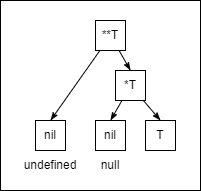
The draw.io diagram images/go-type-made-of-es-mapping/nil-tree.drawio.png in ngicks/zenn-article, before a commit. Source tidied: cells renumbered, new cells last; positions are measured from the earlier drawing's top-left corner, leaving out a move shared by most shapes.
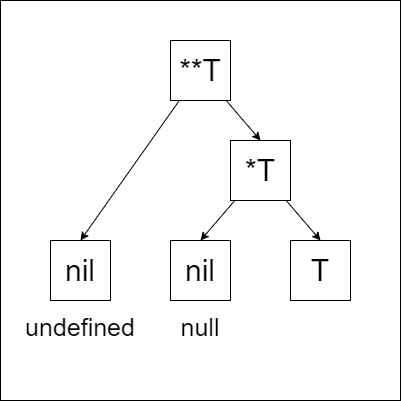
The same diagram one commit later.

Commit message:
make image bigger

Change to the diagram source:
```diff
@@ -3,40 +3,40 @@
     <mxCell id="0" />
     <mxCell id="1" parent="0" />
     <mxCell id="2" style="rounded=0;whiteSpace=wrap;html=1;fillColor=#FFFFFF;" parent="1" vertex="1">
-      <mxGeometry width="200" height="190" as="geometry" />
+      <mxGeometry width="400" height="400" as="geometry" />
     </mxCell>
-    <mxCell id="3" style="edgeStyle=none;rounded=0;html=1;entryX=0.5;entryY=0;entryDx=0;entryDy=0;fontColor=#000000;endArrow=classicThin;endFill=1;strokeColor=#000000;strokeWidth=1;" parent="1" edge="1" source="5" target="9">
-      <mxGeometry relative="1" as="geometry" />
-    </mxCell>
+    <mxCell id="14" style="edgeStyle=none;html=1;entryX=0.5;entryY=0;entryDx=0;entryDy=0;fontSize=30;strokeColor=#000000;" parent="1" edge="1" source="5" target="16">
+      <mxGeometry relative="1" as="geometry" />
+    </mxCell>
-    <mxCell id="4" style="edgeStyle=none;rounded=0;html=1;fontColor=#000000;endArrow=classicThin;endFill=1;strokeColor=#000000;strokeWidth=1;entryX=0.5;entryY=0;entryDx=0;entryDy=0;" parent="1" edge="1" source="5" target="8">
+    <mxCell id="4" style="edgeStyle=none;html=1;entryX=0.5;entryY=0;entryDx=0;entryDy=0;fontSize=30;strokeColor=#000000;" parent="1" edge="1" source="5" target="8">
       <mxGeometry relative="1" as="geometry" />
     </mxCell>
-    <mxCell id="5" value="&lt;font color=&quot;#000000&quot;&gt;**T&lt;/font&gt;" style="text;html=1;strokeColor=#000000;fillColor=none;align=center;verticalAlign=middle;whiteSpace=wrap;rounded=0;" parent="1" vertex="1">
-      <mxGeometry x="95" y="20" width="30" height="30" as="geometry" />
+    <mxCell id="5" value="&lt;font color=&quot;#000000&quot; style=&quot;font-size: 30px&quot;&gt;**T&lt;/font&gt;" style="text;html=1;strokeColor=#000000;fillColor=none;align=center;verticalAlign=middle;whiteSpace=wrap;rounded=0;" parent="1" vertex="1">
+      <mxGeometry x="170" y="40" width="60" height="60" as="geometry" />
     </mxCell>
-    <mxCell id="6" style="edgeStyle=none;rounded=0;html=1;entryX=0.5;entryY=0;entryDx=0;entryDy=0;fontColor=#000000;endArrow=classicThin;endFill=1;strokeColor=#000000;strokeWidth=1;" parent="1" edge="1" source="8" target="11">
-      <mxGeometry relative="1" as="geometry" />
-    </mxCell>
+    <mxCell id="15" style="edgeStyle=none;html=1;entryX=0.5;entryY=0;entryDx=0;entryDy=0;fontSize=30;strokeColor=#000000;" parent="1" edge="1" source="8" target="17">
+      <mxGeometry relative="1" as="geometry" />
+    </mxCell>
-    <mxCell id="7" style="edgeStyle=none;rounded=0;html=1;entryX=0.5;entryY=0;entryDx=0;entryDy=0;fontColor=#000000;endArrow=classicThin;endFill=1;strokeColor=#000000;strokeWidth=1;" parent="1" edge="1" source="8" target="10">
+    <mxCell id="7" style="edgeStyle=none;html=1;entryX=0.5;entryY=0;entryDx=0;entryDy=0;fontSize=30;strokeColor=#000000;" parent="1" edge="1" source="8" target="10">
       <mxGeometry relative="1" as="geometry" />
     </mxCell>
-    <mxCell id="8" value="&lt;font color=&quot;#000000&quot;&gt;*T&lt;/font&gt;" style="text;html=1;strokeColor=#000000;fillColor=none;align=center;verticalAlign=middle;whiteSpace=wrap;rounded=0;" parent="1" vertex="1">
-      <mxGeometry x="115" y="70" width="30" height="30" as="geometry" />
+    <mxCell id="8" value="&lt;font color=&quot;#000000&quot; style=&quot;font-size: 30px&quot;&gt;*T&lt;/font&gt;" style="text;html=1;strokeColor=#000000;fillColor=none;align=center;verticalAlign=middle;whiteSpace=wrap;rounded=0;" parent="1" vertex="1">
+      <mxGeometry x="230" y="140" width="60" height="60" as="geometry" />
     </mxCell>
-    <mxCell id="9" value="&lt;font color=&quot;#000000&quot;&gt;nil&lt;/font&gt;" style="text;html=1;strokeColor=#000000;fillColor=none;align=center;verticalAlign=middle;whiteSpace=wrap;rounded=0;" parent="1" vertex="1">
-      <mxGeometry x="35" y="120" width="30" height="30" as="geometry" />
-    </mxCell>
+    <mxCell id="16" value="&lt;font color=&quot;#000000&quot; style=&quot;font-size: 30px&quot;&gt;nil&lt;/font&gt;" style="text;html=1;strokeColor=#000000;fillColor=none;align=center;verticalAlign=middle;whiteSpace=wrap;rounded=0;" parent="1" vertex="1">
+      <mxGeometry x="50" y="240" width="60" height="60" as="geometry" />
+    </mxCell>
-    <mxCell id="10" value="&lt;font color=&quot;#000000&quot;&gt;T&lt;/font&gt;" style="text;html=1;strokeColor=#000000;fillColor=none;align=center;verticalAlign=middle;whiteSpace=wrap;rounded=0;" parent="1" vertex="1">
-      <mxGeometry x="145" y="120" width="30" height="30" as="geometry" />
+    <mxCell id="10" value="&lt;font color=&quot;#000000&quot; style=&quot;font-size: 30px&quot;&gt;T&lt;/font&gt;" style="text;html=1;strokeColor=#000000;fillColor=none;align=center;verticalAlign=middle;whiteSpace=wrap;rounded=0;" parent="1" vertex="1">
+      <mxGeometry x="290" y="240" width="60" height="60" as="geometry" />
     </mxCell>
-    <mxCell id="11" value="&lt;font color=&quot;#000000&quot;&gt;nil&lt;/font&gt;" style="text;html=1;strokeColor=#000000;fillColor=none;align=center;verticalAlign=middle;whiteSpace=wrap;rounded=0;" parent="1" vertex="1">
-      <mxGeometry x="95" y="120" width="30" height="30" as="geometry" />
-    </mxCell>
+    <mxCell id="17" value="&lt;font color=&quot;#000000&quot; style=&quot;font-size: 30px&quot;&gt;nil&lt;/font&gt;" style="text;html=1;strokeColor=#000000;fillColor=none;align=center;verticalAlign=middle;whiteSpace=wrap;rounded=0;" parent="1" vertex="1">
+      <mxGeometry x="170" y="240" width="60" height="60" as="geometry" />
+    </mxCell>
-    <mxCell id="12" value="undefined" style="text;html=1;strokeColor=none;fillColor=none;align=center;verticalAlign=middle;whiteSpace=wrap;rounded=0;fontColor=#000000;" parent="1" vertex="1">
-      <mxGeometry x="25" y="150" width="50" height="30" as="geometry" />
+    <mxCell id="12" value="&lt;font color=&quot;#000000&quot; style=&quot;font-size: 25px&quot;&gt;undefined&lt;/font&gt;" style="text;html=1;strokeColor=none;fillColor=none;align=center;verticalAlign=middle;whiteSpace=wrap;rounded=0;fontSize=30;" parent="1" vertex="1">
+      <mxGeometry x="25" y="310" width="110" height="30" as="geometry" />
     </mxCell>
-    <mxCell id="13" value="null" style="text;html=1;strokeColor=none;fillColor=none;align=center;verticalAlign=middle;whiteSpace=wrap;rounded=0;fontColor=#000000;" parent="1" vertex="1">
-      <mxGeometry x="95" y="150" width="30" height="30" as="geometry" />
+    <mxCell id="13" value="&lt;font color=&quot;#000000&quot; style=&quot;font-size: 25px&quot;&gt;null&lt;/font&gt;" style="text;html=1;strokeColor=none;fillColor=none;align=center;verticalAlign=middle;whiteSpace=wrap;rounded=0;fontSize=30;" parent="1" vertex="1">
+      <mxGeometry x="145" y="310" width="110" height="30" as="geometry" />
     </mxCell>
   </root>
 </mxGraphModel>
```
